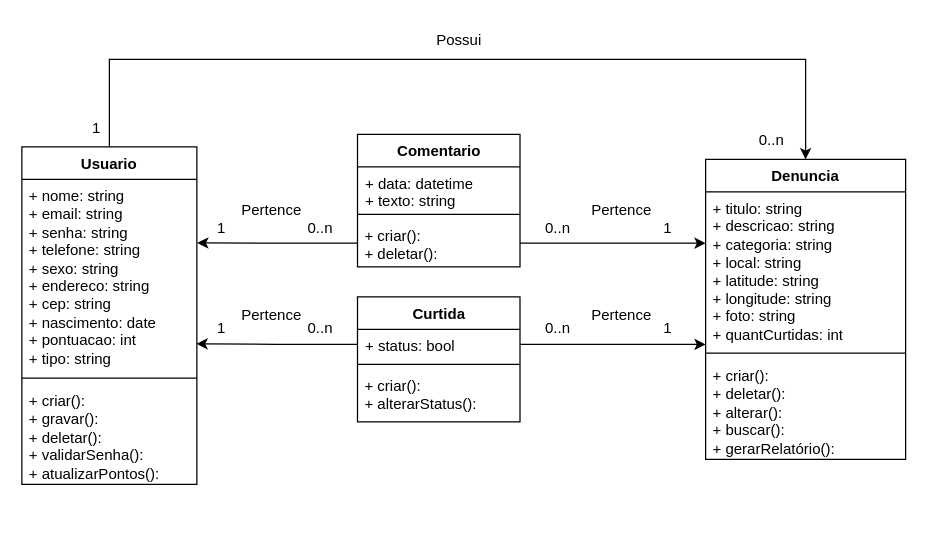
Before: Documentação/Diagramas/Diagrama de Classes.drawio in frsouzaa/Documentacao-TCC-NossaVia, a draw.io diagram. Source tidied: cells renumbered, new cells numbered last; positions are measured from the earlier drawing's top-left corner, leaving out a move shared by most shapes. Both pictures are drawn from the tidied source at 125%, with x=0, y=0 at pixel (21, 21).
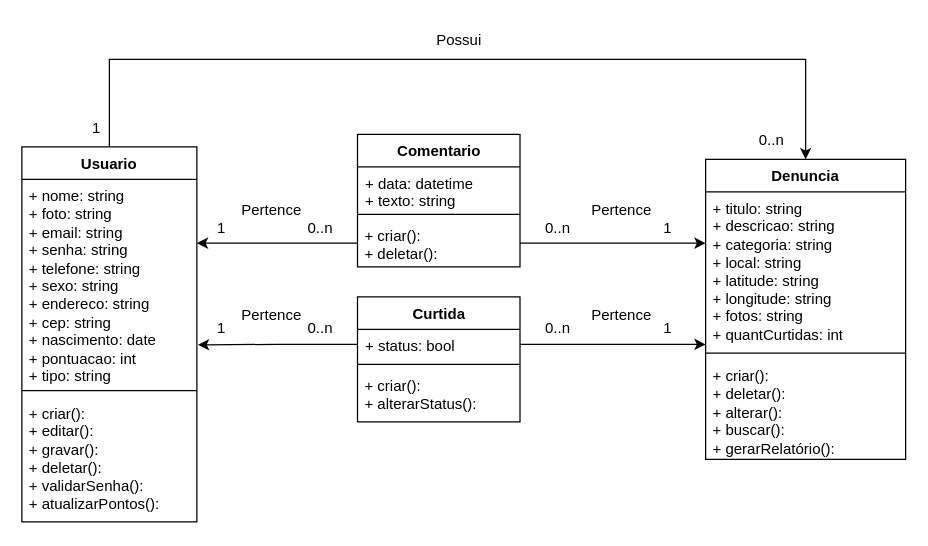
The same page after the edit.

Commit message:
Atualiza classes Diagrama de Classes.drawio

The change refers to these unchanged cells:
```xml
<mxCell id="6" value="Denuncia" style="swimlane;fontStyle=1;align=center;verticalAlign=top;horizontal=1;startSize=26;whiteSpace=wrap;html=1;" parent="1" vertex="1">
  <mxGeometry x="547" y="110" width="160" height="240" as="geometry" />
</mxCell>
<mxCell id="13" value="+ criar():&#10;+ deletar(): " style="text;align=left;verticalAlign=top;spacingLeft=4;spacingRight=4;overflow=hidden;points=[[0,0.5],[1,0.5]];portConstraint=eastwest;" parent="10" vertex="1">
  <mxGeometry y="68" width="130" height="38" as="geometry" />
</mxCell>
<mxCell id="17" value="+ status: bool" style="text;strokeColor=none;fillColor=none;align=left;verticalAlign=top;spacingLeft=4;spacingRight=4;overflow=hidden;points=[[0,0.5],[1,0.5]];portConstraint=eastwest;whiteSpace=wrap;html=1;" parent="16" vertex="1">
  <mxGeometry y="26" width="130" height="24" as="geometry" />
</mxCell>
```

What changed in the source:
```diff
@@
     <mxCell id="2" value="Usuario" style="swimlane;fontStyle=1;align=center;verticalAlign=top;horizontal=1;startSize=26;whiteSpace=wrap;html=1;" parent="1" vertex="1">
-      <mxGeometry y="100" width="140" height="270" as="geometry" />
+      <mxGeometry y="100" width="140" height="300" as="geometry" />
     </mxCell>
-    <mxCell id="3" value="+ nome: string&lt;div&gt;+ email: string&lt;div&gt;+ senha: string&lt;/div&gt;&lt;div&gt;+ telefone: string&lt;/div&gt;&lt;div&gt;+ sexo: string&lt;/div&gt;&lt;div&gt;&lt;div&gt;+ endereco: string&lt;/div&gt;&lt;div&gt;+ cep: string&lt;/div&gt;&lt;div&gt;+ nascimento: date&lt;/div&gt;&lt;div&gt;+ pontuacao: int&lt;/div&gt;&lt;div&gt;+ tipo&lt;span style=&quot;background-color: initial;&quot;&gt;: string&amp;nbsp;&lt;/span&gt;&lt;/div&gt;&lt;/div&gt;&lt;/div&gt;" style="text;strokeColor=none;fillColor=none;align=left;verticalAlign=top;spacingLeft=4;spacingRight=4;overflow=hidden;points=[[0,0.5],[1,0.5]];portConstraint=eastwest;whiteSpace=wrap;html=1;" parent="2" vertex="1">
-      <mxGeometry y="26" width="140" height="154" as="geometry" />
+    <mxCell id="3" value="&lt;span style=&quot;text-wrap: nowrap;&quot;&gt;+ nome: string&lt;/span&gt;&lt;br style=&quot;padding: 0px; margin: 0px; text-wrap: nowrap;&quot;&gt;&lt;span style=&quot;text-wrap: nowrap;&quot;&gt;+ foto: string&lt;/span&gt;&lt;br style=&quot;padding: 0px; margin: 0px; text-wrap: nowrap;&quot;&gt;&lt;span style=&quot;text-wrap: nowrap;&quot;&gt;+ email: string&lt;/span&gt;&lt;br style=&quot;padding: 0px; margin: 0px; text-wrap: nowrap;&quot;&gt;&lt;span style=&quot;text-wrap: nowrap;&quot;&gt;+ senha: string&lt;/span&gt;&lt;br style=&quot;padding: 0px; margin: 0px; text-wrap: nowrap;&quot;&gt;&lt;span style=&quot;text-wrap: nowrap;&quot;&gt;+ telefone: string&lt;/span&gt;&lt;br style=&quot;padding: 0px; margin: 0px; text-wrap: nowrap;&quot;&gt;&lt;span style=&quot;text-wrap: nowrap;&quot;&gt;+ sexo: string&lt;/span&gt;&lt;br style=&quot;padding: 0px; margin: 0px; text-wrap: nowrap;&quot;&gt;&lt;span style=&quot;text-wrap: nowrap;&quot;&gt;+ endereco: string&lt;/span&gt;&lt;br style=&quot;padding: 0px; margin: 0px; text-wrap: nowrap;&quot;&gt;&lt;span style=&quot;text-wrap: nowrap;&quot;&gt;+ cep: string&lt;/span&gt;&lt;br style=&quot;padding: 0px; margin: 0px; text-wrap: nowrap;&quot;&gt;&lt;span style=&quot;text-wrap: nowrap;&quot;&gt;+ nascimento: date&lt;/span&gt;&lt;br style=&quot;padding: 0px; margin: 0px; text-wrap: nowrap;&quot;&gt;&lt;span style=&quot;text-wrap: nowrap;&quot;&gt;+ pontuacao: int&lt;/span&gt;&lt;br style=&quot;padding: 0px; margin: 0px; text-wrap: nowrap;&quot;&gt;&lt;span style=&quot;text-wrap: nowrap;&quot;&gt;+ tipo: string&amp;nbsp;&lt;/span&gt;" style="text;strokeColor=none;fillColor=none;align=left;verticalAlign=top;spacingLeft=4;spacingRight=4;overflow=hidden;points=[[0,0.5],[1,0.5]];portConstraint=eastwest;whiteSpace=wrap;html=1;" parent="2" vertex="1">
+      <mxGeometry y="26" width="140" height="164" as="geometry" />
     </mxCell>
     <mxCell id="4" style="line;strokeWidth=1;fillColor=none;align=left;verticalAlign=middle;spacingTop=-1;spacingLeft=3;spacingRight=3;labelPosition=right;strokeColor=inherit;" parent="2" vertex="1">
-      <mxGeometry y="180" width="140" height="10" as="geometry" />
+      <mxGeometry y="190" width="140" height="10" as="geometry" />
     </mxCell>
-    <mxCell id="5" value="&lt;div&gt;&lt;span style=&quot;background-color: initial;&quot;&gt;+ criar():&amp;nbsp;&lt;/span&gt;&lt;br&gt;&lt;/div&gt;&lt;div&gt;&lt;span style=&quot;background-color: initial;&quot;&gt;+ gravar():&lt;/span&gt;&lt;/div&gt;&lt;div&gt;+ deletar():&amp;nbsp;&lt;span style=&quot;background-color: initial;&quot;&gt;&lt;br&gt;&lt;/span&gt;&lt;/div&gt;&lt;div&gt;+ validarSenha():&lt;br&gt;&lt;/div&gt;&lt;div&gt;+ atualizarPontos():&lt;/div&gt;" style="text;strokeColor=none;fillColor=none;align=left;verticalAlign=top;spacingLeft=4;spacingRight=4;overflow=hidden;whiteSpace=wrap;html=1;" parent="2" vertex="1">
-      <mxGeometry y="190" width="140" height="80" as="geometry" />
+    <mxCell id="5" value="&lt;span style=&quot;text-wrap: nowrap;&quot;&gt;+ criar():&lt;/span&gt;&lt;br style=&quot;padding: 0px; margin: 0px; text-wrap: nowrap;&quot;&gt;&lt;span style=&quot;text-wrap: nowrap;&quot;&gt;+ editar():&amp;nbsp;&lt;/span&gt;&lt;br style=&quot;padding: 0px; margin: 0px; text-wrap: nowrap;&quot;&gt;&lt;span style=&quot;text-wrap: nowrap;&quot;&gt;+ gravar():&lt;/span&gt;&lt;br style=&quot;padding: 0px; margin: 0px; text-wrap: nowrap;&quot;&gt;&lt;span style=&quot;text-wrap: nowrap;&quot;&gt;+ deletar():&amp;nbsp;&lt;/span&gt;&lt;br style=&quot;padding: 0px; margin: 0px; text-wrap: nowrap;&quot;&gt;&lt;span style=&quot;text-wrap: nowrap;&quot;&gt;+ validarSenha():&lt;/span&gt;&lt;br style=&quot;padding: 0px; margin: 0px; text-wrap: nowrap;&quot;&gt;&lt;span style=&quot;text-wrap: nowrap;&quot;&gt;+ atualizarPontos():&lt;/span&gt;" style="text;strokeColor=none;fillColor=none;align=left;verticalAlign=top;spacingLeft=4;spacingRight=4;overflow=hidden;whiteSpace=wrap;html=1;" parent="2" vertex="1">
+      <mxGeometry y="200" width="140" height="100" as="geometry" />
     </mxCell>
@@
-    <mxCell id="7" value="+ titulo: string&lt;div&gt;+ descricao: string&lt;/div&gt;&lt;div&gt;+ categoria: string&lt;/div&gt;&lt;div&gt;+ local: string&lt;br&gt;+ latitude: string&lt;/div&gt;&lt;div&gt;+ longitude: string&lt;/div&gt;&lt;div&gt;+ foto: string&lt;/div&gt;&lt;div&gt;+ quantCurtidas: int&lt;br&gt;&lt;/div&gt;" style="text;strokeColor=none;fillColor=none;align=left;verticalAlign=top;spacingLeft=4;spacingRight=4;overflow=hidden;whiteSpace=wrap;html=1;" parent="6" vertex="1">
+    <mxCell id="7" value="+ titulo: string&lt;div&gt;+ descricao: string&lt;/div&gt;&lt;div&gt;+ categoria: string&lt;/div&gt;&lt;div&gt;+ local: string&lt;br&gt;+ latitude: string&lt;/div&gt;&lt;div&gt;+ longitude: string&lt;/div&gt;&lt;div&gt;+ fotos: string&lt;/div&gt;&lt;div&gt;+ quantCurtidas: int&lt;br&gt;&lt;/div&gt;" style="text;strokeColor=none;fillColor=none;align=left;verticalAlign=top;spacingLeft=4;spacingRight=4;overflow=hidden;whiteSpace=wrap;html=1;" parent="6" vertex="1">
       <mxGeometry y="26" width="160" height="124" as="geometry" />
     </mxCell>
@@
-    <mxCell id="35" style="edgeStyle=orthogonalEdgeStyle;rounded=0;jettySize=auto;html=1;entryX=0.998;entryY=0.854;entryDx=0;entryDy=0;entryPerimeter=0;" parent="1" edge="1" source="17" target="3">
+    <mxCell id="35" style="edgeStyle=orthogonalEdgeStyle;rounded=0;jettySize=auto;html=1;entryX=1.006;entryY=0.807;entryDx=0;entryDy=0;entryPerimeter=0;" parent="1" edge="1" source="17" target="3">
       <mxGeometry relative="1" as="geometry" />
     </mxCell>
-    <mxCell id="36" style="edgeStyle=orthogonalEdgeStyle;rounded=0;jettySize=auto;html=1;entryX=1.002;entryY=0.33;entryDx=0;entryDy=0;entryPerimeter=0;" parent="1" edge="1" source="13" target="3">
-      <mxGeometry relative="1" as="geometry" />
+    <mxCell id="36" style="edgeStyle=orthogonalEdgeStyle;rounded=0;jettySize=auto;html=1;" parent="1" edge="1" source="13">
+      <mxGeometry relative="1" as="geometry">
+        <mxPoint x="140" y="177" as="targetPoint" />
+      </mxGeometry>
     </mxCell>
```
